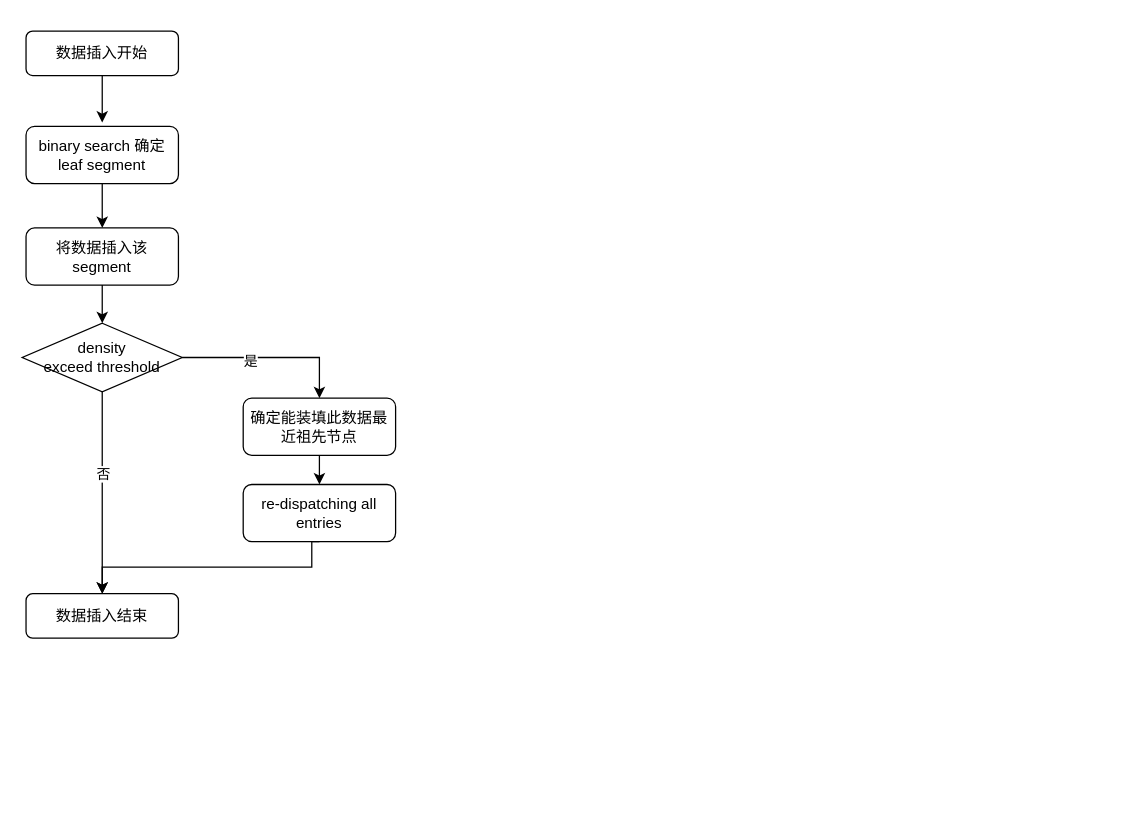
Before: dynamic_graph.drawio in gaohongy/drawio, a draw.io diagram. Source tidied: cells renumbered, new cells numbered last; positions are measured from the earlier drawing's top-left corner, leaving out a move shared by most shapes. Both pictures are drawn from the tidied source at 127%, with x=0, y=0 at pixel (22, 30).
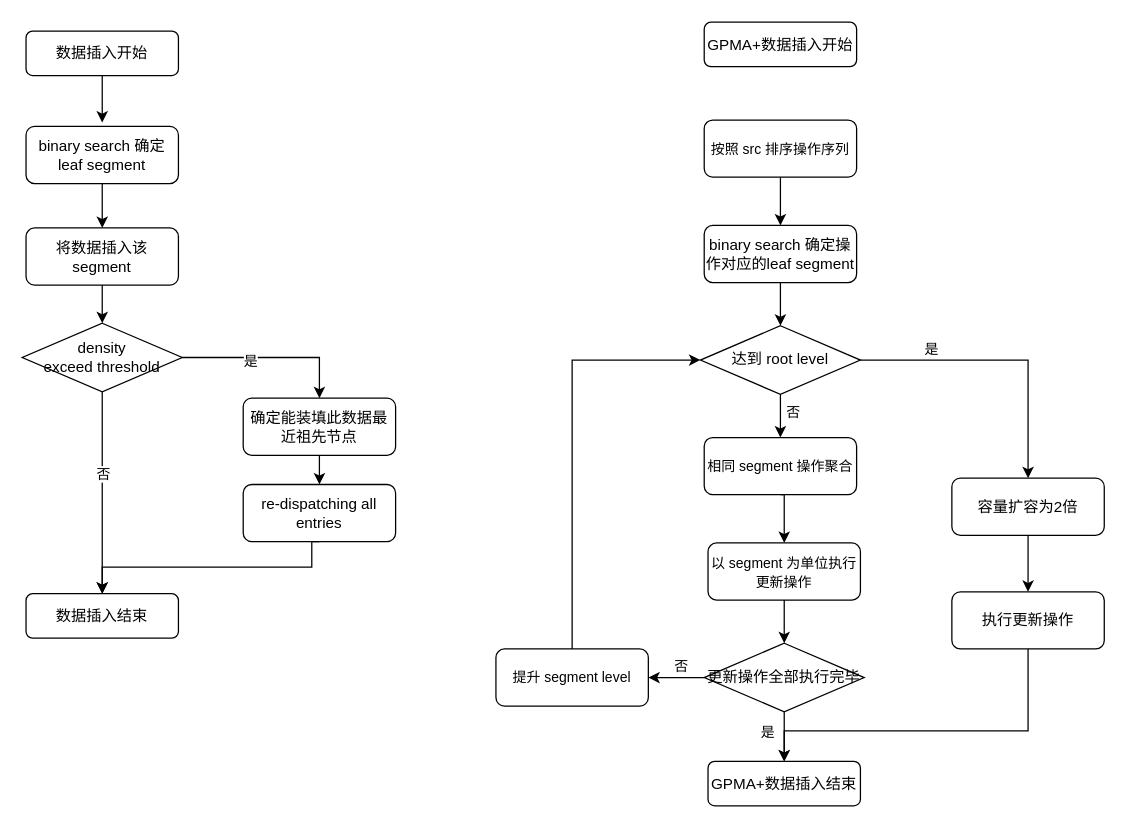
Above is the later version.

The edit, as a diff of the source:
```diff
@@
+    <mxCell id="18" value="GPMA+数据插入开始" style="rounded=1;whiteSpace=wrap;html=1;" parent="1" vertex="1">
+      <mxGeometry x="537" y="-7" width="120" height="35" as="geometry" />
+    </mxCell>
+    <mxCell id="19" style="edgeStyle=orthogonalEdgeStyle;rounded=0;jettySize=auto;html=1;exitX=0.5;exitY=1;exitDx=0;exitDy=0;entryX=0.5;entryY=0;entryDx=0;entryDy=0;" parent="1" edge="1" source="20" target="22">
+      <mxGeometry relative="1" as="geometry" />
+    </mxCell>
+    <mxCell id="20" value="&lt;div&gt;&lt;font style=&quot;font-size: 11px;&quot;&gt;按照 src 排序操作序列&lt;/font&gt;&lt;/div&gt;" style="rounded=1;whiteSpace=wrap;html=1;" parent="1" vertex="1">
+      <mxGeometry x="537" y="70" width="120" height="45" as="geometry" />
+    </mxCell>
+    <mxCell id="21" style="edgeStyle=orthogonalEdgeStyle;rounded=0;jettySize=auto;html=1;exitX=0.5;exitY=1;exitDx=0;exitDy=0;" parent="1" edge="1" source="22" target="27">
+      <mxGeometry relative="1" as="geometry" />
+    </mxCell>
+    <mxCell id="22" value="binary search 确定操作对应的leaf segment" style="rounded=1;whiteSpace=wrap;html=1;" parent="1" vertex="1">
+      <mxGeometry x="537" y="153" width="120" height="45" as="geometry" />
+    </mxCell>
+    <mxCell id="23" style="edgeStyle=orthogonalEdgeStyle;rounded=0;jettySize=auto;html=1;exitX=1;exitY=0.5;exitDx=0;exitDy=0;entryX=0.5;entryY=0;entryDx=0;entryDy=0;" parent="1" edge="1" source="27" target="41">
+      <mxGeometry relative="1" as="geometry" />
+    </mxCell>
+    <mxCell id="24" value="是" style="edgeLabel;html=1;align=center;verticalAlign=middle;" parent="23" vertex="1">
+      <mxGeometry x="-0.43" y="-1" relative="1" as="geometry">
+        <mxPoint x="-9" y="-10" as="offset" />
+      </mxGeometry>
+    </mxCell>
+    <mxCell id="25" style="edgeStyle=orthogonalEdgeStyle;rounded=0;jettySize=auto;html=1;exitX=0.5;exitY=1;exitDx=0;exitDy=0;entryX=0.5;entryY=0;entryDx=0;entryDy=0;" parent="1" edge="1" source="27" target="29">
+      <mxGeometry relative="1" as="geometry" />
+    </mxCell>
+    <mxCell id="26" value="否" style="edgeLabel;html=1;align=center;verticalAlign=middle;" parent="25" vertex="1">
+      <mxGeometry x="-0.29" y="1" relative="1" as="geometry">
+        <mxPoint x="8" y="1" as="offset" />
+      </mxGeometry>
+    </mxCell>
+    <mxCell id="27" value="达到 root level" style="rhombus;whiteSpace=wrap;html=1;" parent="1" vertex="1">
+      <mxGeometry x="534" y="232" width="126" height="54" as="geometry" />
+    </mxCell>
+    <mxCell id="28" style="edgeStyle=orthogonalEdgeStyle;rounded=0;jettySize=auto;html=1;exitX=0.5;exitY=1;exitDx=0;exitDy=0;entryX=0.5;entryY=0;entryDx=0;entryDy=0;" parent="1" edge="1" source="29" target="31">
+      <mxGeometry relative="1" as="geometry" />
+    </mxCell>
+    <mxCell id="29" value="&lt;div&gt;&lt;font style=&quot;font-size: 11px;&quot;&gt;相同 segment 操作聚合&lt;/font&gt;&lt;/div&gt;" style="rounded=1;whiteSpace=wrap;html=1;" parent="1" vertex="1">
+      <mxGeometry x="537" y="320" width="120" height="45" as="geometry" />
+    </mxCell>
+    <mxCell id="30" style="edgeStyle=orthogonalEdgeStyle;rounded=0;jettySize=auto;html=1;exitX=0.5;exitY=1;exitDx=0;exitDy=0;entryX=0.5;entryY=0;entryDx=0;entryDy=0;" parent="1" edge="1" source="31" target="38">
+      <mxGeometry relative="1" as="geometry" />
+    </mxCell>
+    <mxCell id="31" value="&lt;div&gt;&lt;font style=&quot;font-size: 11px;&quot;&gt;以 segment 为单位执行更新操作&lt;/font&gt;&lt;/div&gt;" style="rounded=1;whiteSpace=wrap;html=1;" parent="1" vertex="1">
+      <mxGeometry x="540" y="403" width="120" height="45" as="geometry" />
+    </mxCell>
+    <mxCell id="32" style="edgeStyle=orthogonalEdgeStyle;rounded=0;jettySize=auto;html=1;exitX=0.5;exitY=0;exitDx=0;exitDy=0;entryX=0;entryY=0.5;entryDx=0;entryDy=0;" parent="1" edge="1" source="33" target="27">
+      <mxGeometry relative="1" as="geometry" />
+    </mxCell>
+    <mxCell id="33" value="&lt;div&gt;&lt;font style=&quot;font-size: 11px;&quot;&gt;提升 segment level&lt;/font&gt;&lt;/div&gt;" style="rounded=1;whiteSpace=wrap;html=1;" parent="1" vertex="1">
+      <mxGeometry x="373" y="486.5" width="120" height="45" as="geometry" />
+    </mxCell>
+    <mxCell id="34" style="edgeStyle=orthogonalEdgeStyle;rounded=0;jettySize=auto;html=1;exitX=0.5;exitY=1;exitDx=0;exitDy=0;entryX=0.5;entryY=0;entryDx=0;entryDy=0;" parent="1" edge="1" source="38" target="39">
+      <mxGeometry relative="1" as="geometry" />
+    </mxCell>
+    <mxCell id="35" value="是" style="edgeLabel;html=1;align=center;verticalAlign=middle;" parent="34" vertex="1">
+      <mxGeometry x="-0.54" relative="1" as="geometry">
+        <mxPoint x="-14" y="6" as="offset" />
+      </mxGeometry>
+    </mxCell>
+    <mxCell id="36" style="edgeStyle=orthogonalEdgeStyle;rounded=0;jettySize=auto;html=1;exitX=0;exitY=0.5;exitDx=0;exitDy=0;entryX=1;entryY=0.5;entryDx=0;entryDy=0;" parent="1" edge="1" source="38" target="33">
+      <mxGeometry relative="1" as="geometry" />
+    </mxCell>
+    <mxCell id="37" value="否" style="edgeLabel;html=1;align=center;verticalAlign=middle;" parent="36" vertex="1">
+      <mxGeometry x="-0.18" y="-2" relative="1" as="geometry">
+        <mxPoint x="-1" y="-8" as="offset" />
+      </mxGeometry>
+    </mxCell>
+    <mxCell id="38" value="更新操作全部执行完毕" style="rhombus;whiteSpace=wrap;html=1;" parent="1" vertex="1">
+      <mxGeometry x="537" y="482" width="126" height="54" as="geometry" />
+    </mxCell>
+    <mxCell id="39" value="GPMA+数据插入结束" style="rounded=1;whiteSpace=wrap;html=1;" parent="1" vertex="1">
+      <mxGeometry x="540" y="575" width="120" height="35" as="geometry" />
+    </mxCell>
+    <mxCell id="40" style="edgeStyle=orthogonalEdgeStyle;rounded=0;jettySize=auto;html=1;exitX=0.5;exitY=1;exitDx=0;exitDy=0;entryX=0.5;entryY=0;entryDx=0;entryDy=0;" parent="1" edge="1" source="41" target="43">
+      <mxGeometry relative="1" as="geometry" />
+    </mxCell>
+    <mxCell id="41" value="容量扩容为2倍" style="rounded=1;whiteSpace=wrap;html=1;" parent="1" vertex="1">
+      <mxGeometry x="732" y="352" width="120" height="45" as="geometry" />
+    </mxCell>
+    <mxCell id="42" style="edgeStyle=orthogonalEdgeStyle;rounded=0;jettySize=auto;html=1;exitX=0.5;exitY=1;exitDx=0;exitDy=0;entryX=0.5;entryY=0;entryDx=0;entryDy=0;" parent="1" edge="1" source="43" target="39">
+      <mxGeometry relative="1" as="geometry">
+        <Array as="points">
+          <mxPoint x="792" y="551" />
+          <mxPoint x="600" y="551" />
+        </Array>
+      </mxGeometry>
+    </mxCell>
+    <mxCell id="43" value="执行更新操作" style="rounded=1;whiteSpace=wrap;html=1;" parent="1" vertex="1">
+      <mxGeometry x="732" y="441.5" width="120" height="45" as="geometry" />
+    </mxCell>
```
